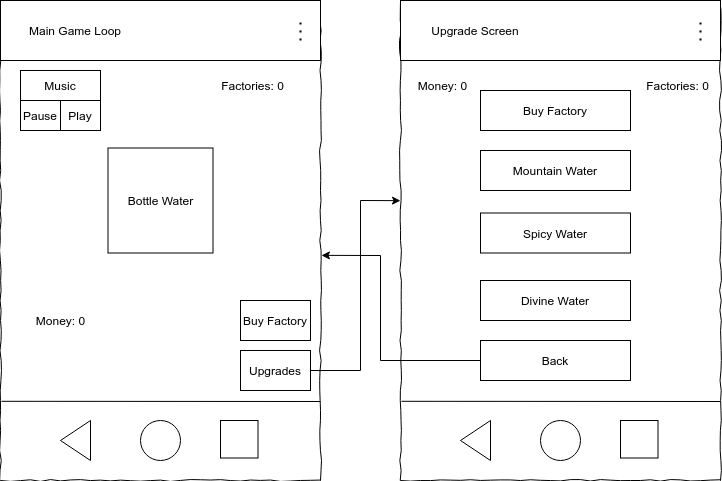
Before: game_wire_frame.png, a diagram exported from draw.io (AdornedT/IdleGameAPP). Source tidied: cells renumbered, new cells last; positions are measured from the earlier drawing's top-left corner, leaving out a move shared by most shapes.
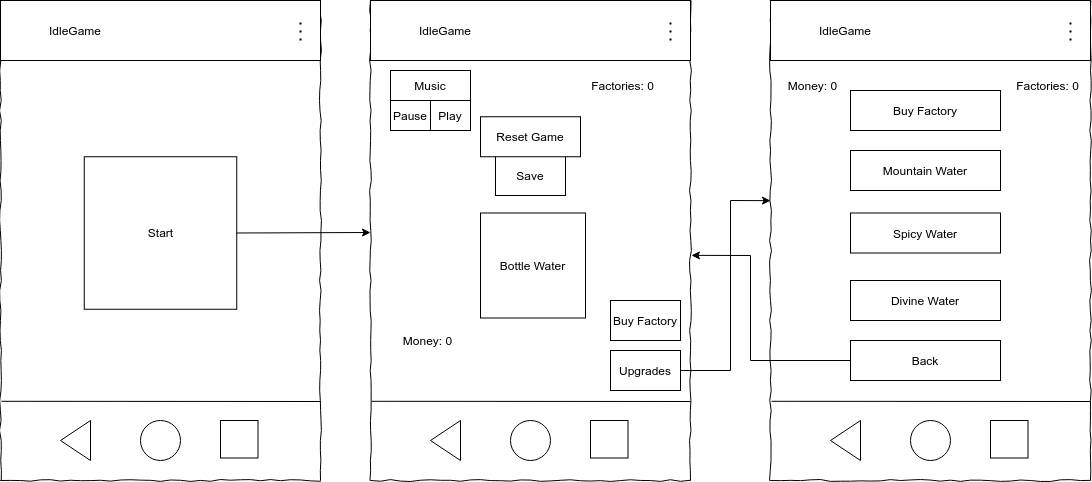
The same file after the commit.

Commit message:
Updated wire frame

Diff of the diagram source:
```diff
@@ -22,7 +22,7 @@
     <mxCell id="7" style="rounded=0;whiteSpace=wrap;html=1;" parent="1" vertex="1">
       <mxGeometry width="320" height="60" as="geometry" />
     </mxCell>
-    <mxCell id="8" value="Main Game Loop" style="text;html=1;strokeColor=none;fillColor=none;align=center;verticalAlign=middle;whiteSpace=wrap;rounded=0;" parent="1" vertex="1">
+    <mxCell id="8" value="IdleGame" style="text;html=1;strokeColor=none;fillColor=none;align=center;verticalAlign=middle;whiteSpace=wrap;rounded=0;" parent="1" vertex="1">
       <mxGeometry x="20" y="15" width="110" height="30" as="geometry" />
     </mxCell>
     <mxCell id="9" style="endArrow=none;dashed=1;html=1;dashPattern=1 3;strokeWidth=2;rounded=0;" parent="1" edge="1">
@@ -44,7 +44,7 @@
       <mxGeometry x="20" y="100" width="40" height="30" as="geometry" />
     </mxCell>
     <mxCell id="13" value="Bottle Water" style="whiteSpace=wrap;html=1;" parent="1" vertex="1">
-      <mxGeometry x="107.5" y="147.5" width="105" height="105" as="geometry" />
+      <mxGeometry x="110" y="212.5" width="105" height="105" as="geometry" />
     </mxCell>
     <mxCell id="14" value="Upgrades" style="rounded=0;whiteSpace=wrap;html=1;" parent="1" vertex="1">
       <mxGeometry x="240" y="350" width="70" height="40" as="geometry" />
@@ -53,7 +53,7 @@
       <mxGeometry x="210" y="70" width="85" height="30" as="geometry" />
     </mxCell>
     <mxCell id="16" value="Money: 0" style="text;html=1;strokeColor=none;fillColor=none;align=center;verticalAlign=middle;whiteSpace=wrap;rounded=0;" parent="1" vertex="1">
-      <mxGeometry x="27.5" y="300" width="65" height="40" as="geometry" />
+      <mxGeometry x="25" y="320" width="65" height="40" as="geometry" />
     </mxCell>
     <mxCell id="17" style="whiteSpace=wrap;html=1;rounded=0;shadow=0;labelBackgroundColor=none;strokeColor=#000000;strokeWidth=1;fillColor=none;fontFamily=Verdana;fontSize=12;fontColor=#000000;align=center;comic=1;" parent="1" vertex="1">
       <mxGeometry x="400" width="320" height="480" as="geometry" />
@@ -75,7 +75,7 @@
     <mxCell id="22" style="rounded=0;whiteSpace=wrap;html=1;" parent="1" vertex="1">
       <mxGeometry x="400" width="320" height="60" as="geometry" />
     </mxCell>
-    <mxCell id="23" value="Upgrade Screen" style="text;html=1;strokeColor=none;fillColor=none;align=center;verticalAlign=middle;whiteSpace=wrap;rounded=0;" parent="1" vertex="1">
+    <mxCell id="23" value="IdleGame" style="text;html=1;strokeColor=none;fillColor=none;align=center;verticalAlign=middle;whiteSpace=wrap;rounded=0;" parent="1" vertex="1">
       <mxGeometry x="420" y="15" width="110" height="30" as="geometry" />
     </mxCell>
     <mxCell id="24" style="endArrow=none;dashed=1;html=1;dashPattern=1 3;strokeWidth=2;rounded=0;" parent="1" edge="1">
@@ -127,5 +127,51 @@
     <mxCell id="34" value="Factories: 0" style="text;html=1;strokeColor=none;fillColor=none;align=center;verticalAlign=middle;whiteSpace=wrap;rounded=0;" parent="1" vertex="1">
       <mxGeometry x="635" y="70" width="85" height="30" as="geometry" />
     </mxCell>
+    <mxCell id="35" style="whiteSpace=wrap;html=1;rounded=0;shadow=0;labelBackgroundColor=none;strokeColor=#000000;strokeWidth=1;fillColor=none;fontFamily=Verdana;fontSize=12;fontColor=#000000;align=center;comic=1;" parent="1" vertex="1">
+      <mxGeometry x="-370" width="320" height="480" as="geometry" />
+    </mxCell>
+    <mxCell id="36" style="ellipse;whiteSpace=wrap;html=1;" parent="1" vertex="1">
+      <mxGeometry x="-230" y="420" width="40" height="40" as="geometry" />
+    </mxCell>
+    <mxCell id="37" style="triangle;whiteSpace=wrap;html=1;direction=west;" parent="1" vertex="1">
+      <mxGeometry x="-310" y="420" width="30" height="40" as="geometry" />
+    </mxCell>
+    <mxCell id="38" style="whiteSpace=wrap;html=1;" parent="1" vertex="1">
+      <mxGeometry x="-150" y="420" width="37.5" height="37.5" as="geometry" />
+    </mxCell>
+    <mxCell id="39" style="endArrow=none;html=1;rounded=0;exitX=0.003;exitY=0.835;exitDx=0;exitDy=0;exitPerimeter=0;" parent="1" edge="1" source="35">
+      <mxGeometry relative="1" as="geometry">
+        <mxPoint x="-50" y="401" as="targetPoint" />
+      </mxGeometry>
+    </mxCell>
+    <mxCell id="40" style="rounded=0;whiteSpace=wrap;html=1;" parent="1" vertex="1">
+      <mxGeometry x="-370" width="320" height="60" as="geometry" />
+    </mxCell>
+    <mxCell id="41" value="IdleGame" style="text;html=1;strokeColor=none;fillColor=none;align=center;verticalAlign=middle;whiteSpace=wrap;rounded=0;" parent="1" vertex="1">
+      <mxGeometry x="-350" y="15" width="110" height="30" as="geometry" />
+    </mxCell>
+    <mxCell id="42" style="endArrow=none;dashed=1;html=1;dashPattern=1 3;strokeWidth=2;rounded=0;" parent="1" edge="1">
+      <mxGeometry relative="1" as="geometry">
+        <mxPoint x="-70" y="40" as="sourcePoint" />
+        <mxPoint x="-70" y="20" as="targetPoint" />
+        <Array as="points">
+          <mxPoint x="-70" y="30" />
+        </Array>
+      </mxGeometry>
+    </mxCell>
+    <mxCell id="43" value="Start" style="whiteSpace=wrap;html=1;" parent="1" vertex="1">
+      <mxGeometry x="-286.2" y="156.2" width="152.5" height="152.5" as="geometry" />
+    </mxCell>
+    <mxCell id="44" value="Save" style="rounded=0;whiteSpace=wrap;html=1;" parent="1" vertex="1">
+      <mxGeometry x="125" y="155" width="70" height="40" as="geometry" />
+    </mxCell>
+    <mxCell id="45" value="Reset Game" style="rounded=0;whiteSpace=wrap;html=1;" parent="1" vertex="1">
+      <mxGeometry x="110" y="116.2" width="100" height="40" as="geometry" />
+    </mxCell>
+    <mxCell id="46" style="endArrow=classic;html=1;rounded=0;exitX=1;exitY=0.5;exitDx=0;exitDy=0;" parent="1" edge="1" source="43">
+      <mxGeometry relative="1" as="geometry">
+        <mxPoint y="232" as="targetPoint" />
+      </mxGeometry>
+    </mxCell>
   </root>
 </mxGraphModel>
```
